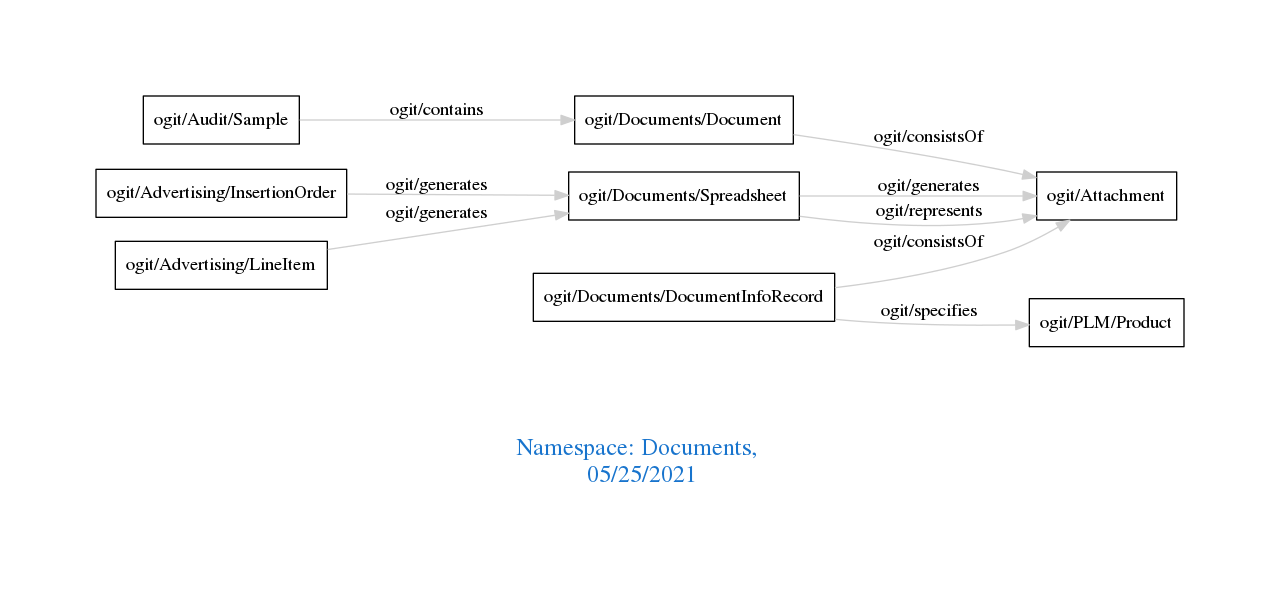
arago/OGIT keeps this Graphviz diagram as downloads/Documents.png. Above is the earlier version. Its source is kept beside it as downloads/Documents.dot.
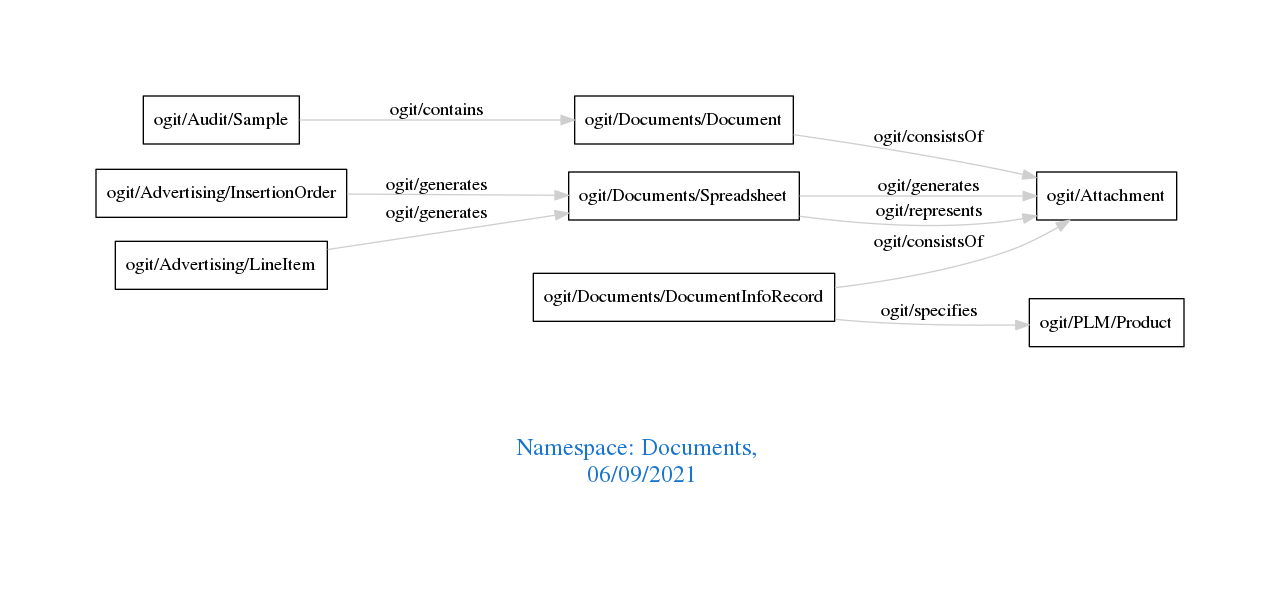
Later version of the same file.

Diff of the diagram source:
```diff
@@ -1,7 +1,7 @@
 digraph OGIT_ontology {
  graph [ rankdir= LR,pad=1
 fontsize = 18,
-fontcolor= dodgerblue3,label = "\n\n\nNamespace: Documents, \n 05/25/2021"];
+fontcolor= dodgerblue3,label = "\n\n\nNamespace: Documents, \n 06/09/2021"];
 node[shape=polygon];
 edge [  color="gray81"];
 
```
